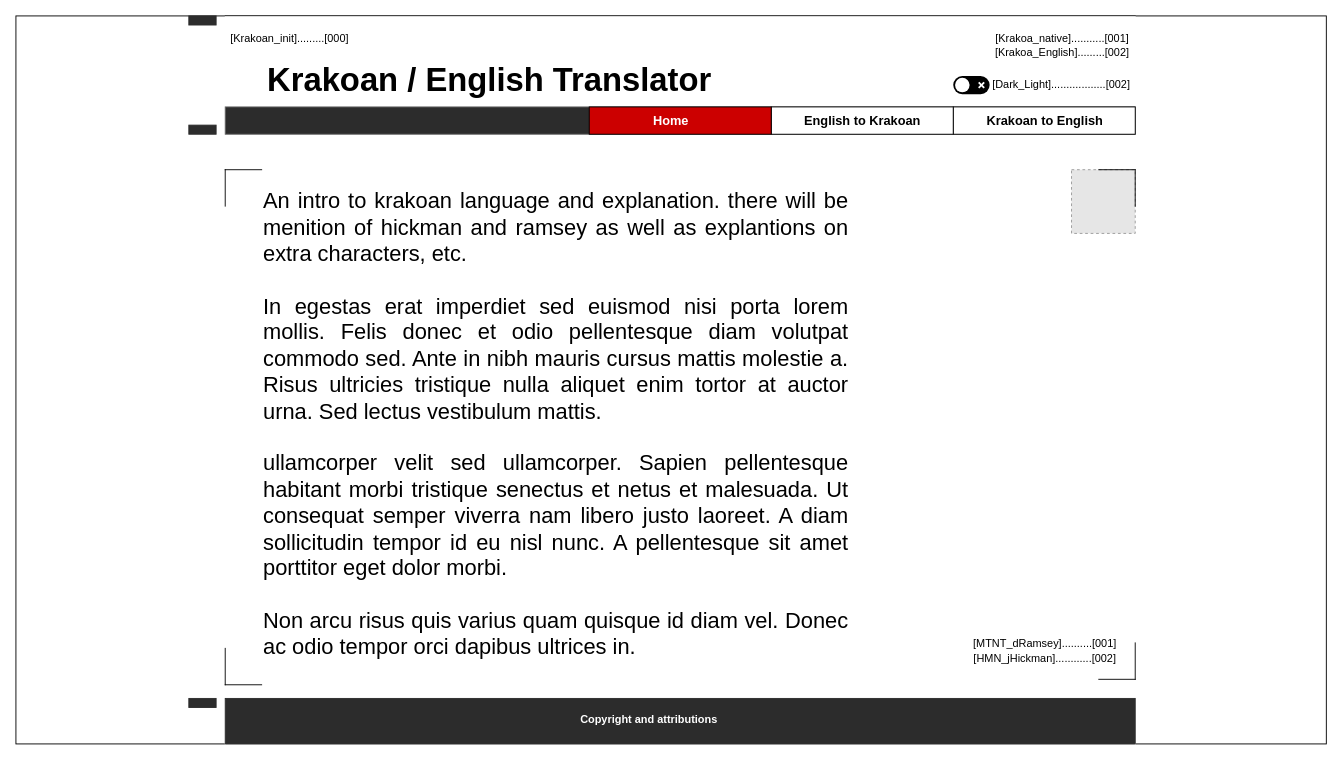
The draw.io diagram page "INTRO" (1 of 5) of mockup-flowchart/mock-up-krakoan-translator.drawio in CaseyPitman/krakoan-translator, before the edit. Source tidied: cells renumbered, new cells numbered last; positions are measured from the earlier drawing's top-left corner, leaving out a move shared by most shapes. Both pictures are drawn from the tidied source at 91%, with x=0, y=0 at pixel (15, 15). Pictures stored in the file or linked from it are replaced by grey dashed boxes.
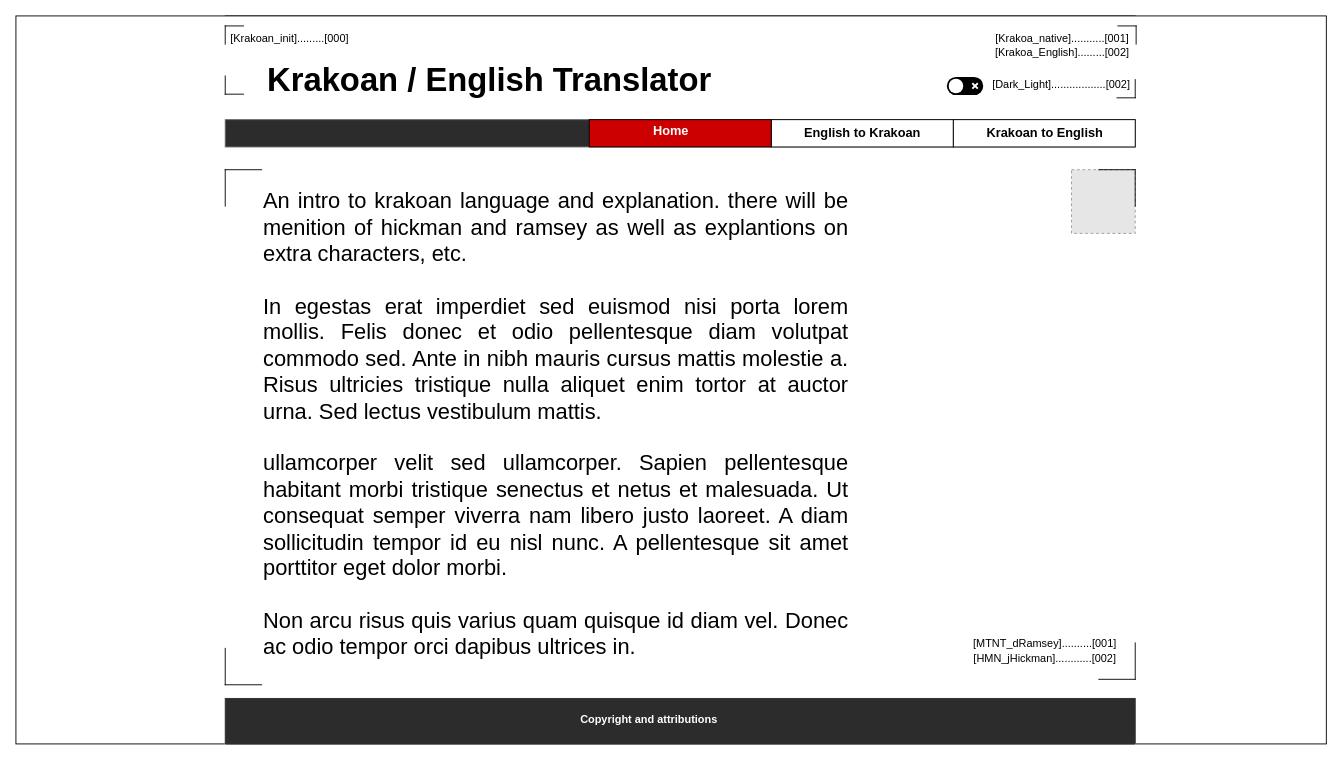
The same diagram, later.

Commit message:
Update mock-up-krakoan-translator.drawio realign header elements.

What changed in the source:
```diff
@@
     <mxCell id="5" style="rounded=0;whiteSpace=wrap;html=1;gradientColor=none;fontColor=#000000;fillColor=none;strokeColor=#FFFFFF;" parent="1" vertex="1">
-      <mxGeometry x="230" y="1" width="1000" height="800" as="geometry" />
+      <mxGeometry x="230" y="2" width="1000" height="800" as="geometry" />
     </mxCell>
@@
     <mxCell id="8" style="rounded=0;whiteSpace=wrap;html=1;strokeColor=#666666;fontColor=#333333;fillColor=#2c2c2c;" parent="1" vertex="1">
-      <mxGeometry x="230" y="100" width="1000" height="30" as="geometry" />
+      <mxGeometry x="230" y="114" width="1000" height="30" as="geometry" />
     </mxCell>
@@
     <mxCell id="13" style="group;" parent="1" vertex="1">
-      <mxGeometry x="1050" y="20" width="162" height="36" as="geometry" />
+      <mxGeometry x="1050" y="20" width="181" height="36" as="geometry" />
     </mxCell>
@@
-    <mxCell id="17" style="rounded=0;whiteSpace=wrap;html=1;strokeWidth=1;fillColor=#2C2C2C;gradientColor=none;fontSize=20;fontColor=#000000;align=left;strokeColor=#2C2C2C;" parent="1" vertex="1">
-      <mxGeometry x="190" width="30" height="10" as="geometry" />
-    </mxCell>
-    <mxCell id="18" style="rounded=0;whiteSpace=wrap;html=1;strokeWidth=1;fillColor=#2C2C2C;gradientColor=none;fontSize=20;fontColor=#000000;align=left;strokeColor=#2C2C2C;" parent="1" vertex="1">
-      <mxGeometry x="190" y="120" width="30" height="10" as="geometry" />
-    </mxCell>
@@
-    <mxCell id="20" style="rounded=0;whiteSpace=wrap;html=1;strokeWidth=1;fillColor=#2C2C2C;gradientColor=none;fontSize=20;fontColor=#000000;align=left;strokeColor=#2C2C2C;" parent="1" vertex="1">
-      <mxGeometry x="190" y="750" width="30" height="10" as="geometry" />
-    </mxCell>
@@
     <mxCell id="22" style="rounded=0;whiteSpace=wrap;html=1;strokeColor=#000000;strokeWidth=1;fillColor=#FFFFFF;gradientColor=none;fontSize=20;fontColor=#000000;align=left;" parent="1" vertex="1">
-      <mxGeometry x="1030" y="100" width="200" height="30" as="geometry" />
+      <mxGeometry x="1030" y="114" width="200" height="30" as="geometry" />
     </mxCell>
     <mxCell id="23" style="rounded=0;whiteSpace=wrap;html=1;strokeColor=#000000;strokeWidth=1;fillColor=#FFFFFF;gradientColor=none;fontSize=20;fontColor=#000000;align=left;" parent="1" vertex="1">
-      <mxGeometry x="830" y="100" width="200" height="30" as="geometry" />
+      <mxGeometry x="830" y="114" width="200" height="30" as="geometry" />
     </mxCell>
     <mxCell id="24" style="rounded=0;whiteSpace=wrap;html=1;strokeColor=#000000;strokeWidth=1;gradientColor=none;fontSize=20;fontColor=#000000;align=left;fillColor=#CC0000;" parent="1" vertex="1">
-      <mxGeometry x="630" y="100" width="200" height="30" as="geometry" />
+      <mxGeometry x="630" y="114" width="200" height="30" as="geometry" />
     </mxCell>
     <mxCell id="25" value="&lt;h3&gt;&lt;font color=&quot;#ffffff&quot;&gt;Home&lt;/font&gt;&lt;/h3&gt;" style="text;html=1;strokeColor=none;fillColor=none;align=center;verticalAlign=middle;whiteSpace=wrap;rounded=0;" parent="1" vertex="1">
-      <mxGeometry x="700" y="105" width="40" height="20" as="geometry" />
+      <mxGeometry x="700" y="116" width="40" height="20" as="geometry" />
     </mxCell>
     <mxCell id="26" value="&lt;h3&gt;Krakoan to English&lt;/h3&gt;" style="text;html=1;strokeColor=none;fillColor=none;align=center;verticalAlign=middle;whiteSpace=wrap;rounded=0;" parent="1" vertex="1">
-      <mxGeometry x="1056" y="105" width="150" height="20" as="geometry" />
+      <mxGeometry x="1056" y="119" width="150" height="20" as="geometry" />
     </mxCell>
     <mxCell id="27" value="&lt;h3&gt;English to Krakoan&lt;/h3&gt;" style="text;html=1;strokeColor=none;fillColor=none;align=center;verticalAlign=middle;whiteSpace=wrap;rounded=0;" parent="1" vertex="1">
-      <mxGeometry x="845.5" y="105" width="169" height="20" as="geometry" />
+      <mxGeometry x="845.5" y="119" width="169" height="20" as="geometry" />
     </mxCell>
@@
     <mxCell id="34" style="strokeColor=none;rounded=1;arcSize=50;fontSize=20;fontColor=#000000;align=left;fillColor=#000000;" parent="1" vertex="1">
-      <mxGeometry x="1030" y="66" width="40" height="20" as="geometry" />
+      <mxGeometry x="1023" y="67" width="40" height="20" as="geometry" />
     </mxCell>
@@
+    <mxCell id="37" style="shape=partialRectangle;whiteSpace=wrap;html=1;bottom=0;right=0;fillColor=none;strokeColor=#000000;strokeWidth=1;fontSize=20;fontColor=#000000;align=left;direction=west;" parent="1" vertex="1">
+      <mxGeometry x="1210" y="70" width="20" height="20" as="geometry" />
+    </mxCell>
+    <mxCell id="38" style="shape=partialRectangle;whiteSpace=wrap;html=1;bottom=0;right=0;fillColor=none;strokeColor=#000000;strokeWidth=1;fontSize=20;fontColor=#000000;align=left;direction=east;" parent="1" vertex="1">
+      <mxGeometry x="230" y="11" width="20" height="20" as="geometry" />
+    </mxCell>
+    <mxCell id="39" style="shape=partialRectangle;whiteSpace=wrap;html=1;bottom=0;right=0;fillColor=none;strokeColor=#000000;strokeWidth=1;fontSize=20;fontColor=#000000;align=left;direction=south;" parent="1" vertex="1">
+      <mxGeometry x="1211" y="11" width="20" height="20" as="geometry" />
+    </mxCell>
+    <mxCell id="40" style="shape=partialRectangle;whiteSpace=wrap;html=1;bottom=0;right=0;fillColor=none;strokeColor=#000000;strokeWidth=1;fontSize=20;fontColor=#000000;align=left;direction=north;" parent="1" vertex="1">
+      <mxGeometry x="230" y="66" width="20" height="20" as="geometry" />
+    </mxCell>
```
